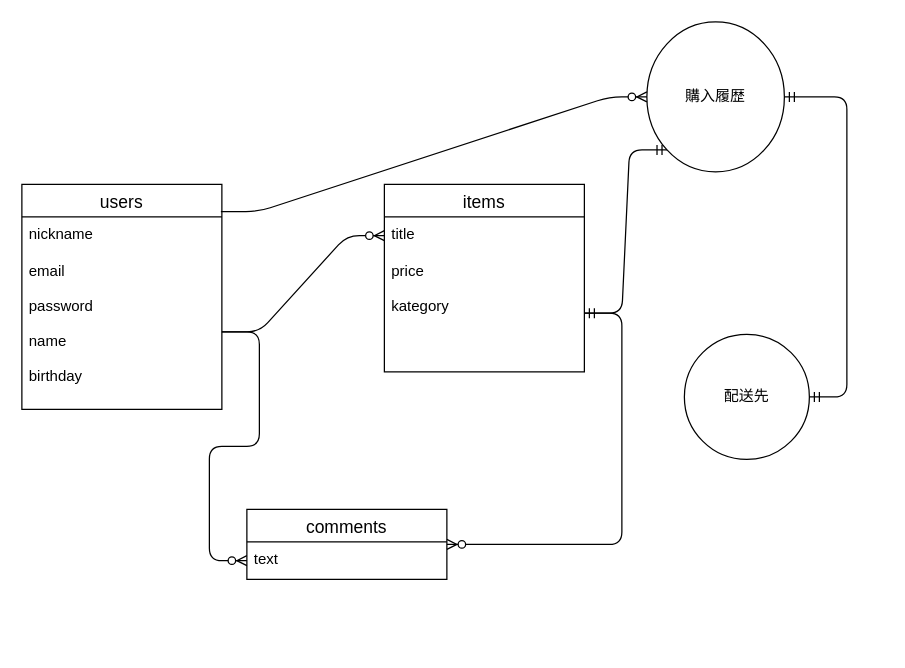
The draw.io diagram furima.dio in YUYA1995/furima-35146, before the edit. Source tidied: cells renumbered, new cells numbered last; positions are measured from the earlier drawing's top-left corner, leaving out a move shared by most shapes. Both pictures are drawn from the tidied source at 125%, with x=0, y=0 at pixel (21, 21).
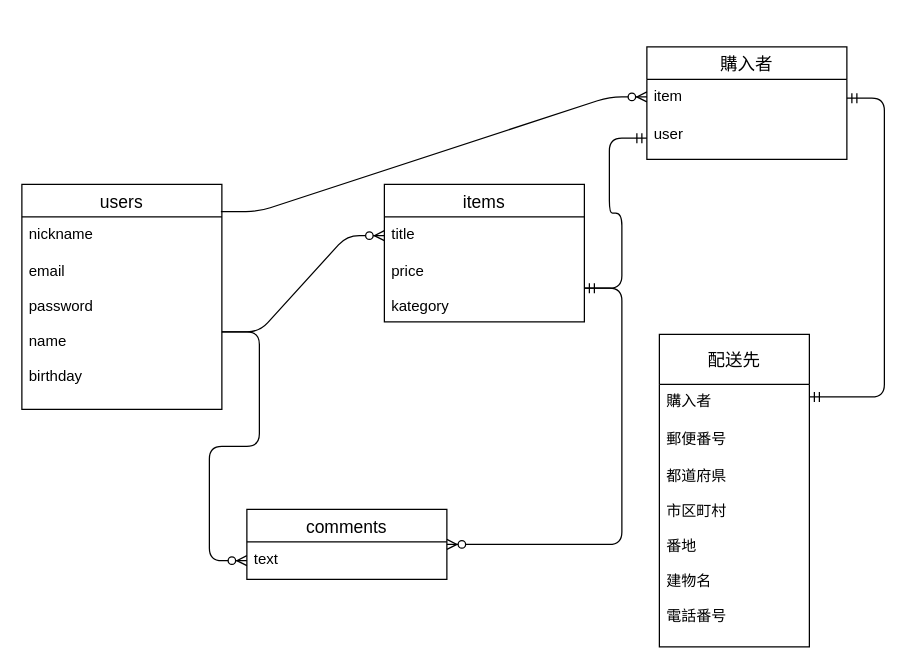
The same page after the edit.

Commit message:
ER図の2回目の修正

The change refers to these unchanged cells:
```xml
<mxCell id="3" value="nickname" style="text;strokeColor=none;fillColor=none;spacingLeft=4;spacingRight=4;overflow=hidden;points=[[0,0.5],[1,0.5]];portConstraint=eastwest;fontSize=12;" parent="2" vertex="1">
  <mxGeometry y="26" width="160" height="30" as="geometry" />
</mxCell>
```

Change to the diagram source:
```diff
@@
     <mxCell id="5" value="items" style="swimlane;fontStyle=0;horizontal=1;startSize=26;align=center;fontSize=14;" parent="1" vertex="1">
-      <mxGeometry x="290" y="130" width="160" height="150" as="geometry" />
+      <mxGeometry x="290" y="130" width="160" height="110" as="geometry" />
     </mxCell>
@@
     <mxCell id="7" value="price&#10;&#10;kategory&#10;&#10;" style="text;strokeColor=none;fillColor=none;spacingLeft=4;spacingRight=4;overflow=hidden;points=[[0,0.5],[1,0.5]];portConstraint=eastwest;fontSize=12;" parent="5" vertex="1">
-      <mxGeometry y="56" width="160" height="94" as="geometry" />
+      <mxGeometry y="56" width="160" height="54" as="geometry" />
     </mxCell>
@@
-    <mxCell id="13" value="購入履歴" style="ellipse;whiteSpace=wrap;html=1;align=center;" parent="1" vertex="1">
-      <mxGeometry x="500" width="110" height="120" as="geometry" />
-    </mxCell>
-    <mxCell id="14" value="配送先" style="ellipse;whiteSpace=wrap;html=1;align=center;" parent="1" vertex="1">
-      <mxGeometry x="530" y="250" width="100" height="100" as="geometry" />
-    </mxCell>
-    <mxCell id="15" style="edgeStyle=entityRelationEdgeStyle;fontSize=12;html=1;endArrow=ERmandOne;startArrow=ERmandOne;entryX=0;entryY=1;entryDx=0;entryDy=0;" parent="1" edge="1" source="7" target="13">
+    <mxCell id="15" style="edgeStyle=entityRelationEdgeStyle;fontSize=12;html=1;endArrow=ERmandOne;startArrow=ERmandOne;" parent="1" edge="1" source="7" target="20">
       <mxGeometry relative="1" as="geometry" />
     </mxCell>
-    <mxCell id="16" style="edgeStyle=entityRelationEdgeStyle;fontSize=12;html=1;endArrow=ERzeroToMany;endFill=1;exitX=0.995;exitY=-0.14;exitDx=0;exitDy=0;exitPerimeter=0;" parent="1" edge="1" source="3" target="13">
-      <mxGeometry relative="1" as="geometry" />
+    <mxCell id="16" style="edgeStyle=entityRelationEdgeStyle;fontSize=12;html=1;endArrow=ERzeroToMany;endFill=1;exitX=0.995;exitY=-0.14;exitDx=0;exitDy=0;exitPerimeter=0;" parent="1" edge="1" source="3">
+      <mxGeometry relative="1" as="geometry">
+        <mxPoint x="500" y="60" as="targetPoint" />
+      </mxGeometry>
     </mxCell>
-    <mxCell id="17" style="edgeStyle=entityRelationEdgeStyle;fontSize=12;html=1;endArrow=ERmandOne;startArrow=ERmandOne;" parent="1" edge="1" source="14" target="13">
-      <mxGeometry relative="1" as="geometry" />
-    </mxCell>
+    <mxCell id="18" value="購入者" style="swimlane;fontStyle=0;horizontal=1;startSize=26;align=center;fontSize=14;" parent="1" vertex="1">
+      <mxGeometry x="500" y="20" width="160" height="90" as="geometry" />
+    </mxCell>
+    <mxCell id="19" value="item&#10;" style="text;strokeColor=none;fillColor=none;spacingLeft=4;spacingRight=4;overflow=hidden;points=[[0,0.5],[1,0.5]];portConstraint=eastwest;fontSize=12;" parent="18" vertex="1">
+      <mxGeometry y="26" width="160" height="30" as="geometry" />
+    </mxCell>
+    <mxCell id="20" value="user&#10;" style="text;strokeColor=none;fillColor=none;spacingLeft=4;spacingRight=4;overflow=hidden;points=[[0,0.5],[1,0.5]];portConstraint=eastwest;fontSize=12;" parent="18" vertex="1">
+      <mxGeometry y="56" width="160" height="34" as="geometry" />
+    </mxCell>
+    <mxCell id="21" style="edgeStyle=entityRelationEdgeStyle;fontSize=12;html=1;endArrow=ERmandOne;startArrow=ERmandOne;" parent="1" edge="1" target="19">
+      <mxGeometry relative="1" as="geometry">
+        <mxPoint x="630" y="300" as="sourcePoint" />
+      </mxGeometry>
+    </mxCell>
+    <mxCell id="14" value="配送先" style="swimlane;fontStyle=0;horizontal=1;startSize=40;align=center;fontSize=14;" parent="1" vertex="1">
+      <mxGeometry x="510" y="250" width="120" height="250" as="geometry" />
+    </mxCell>
+    <mxCell id="22" value="購入者" style="text;strokeColor=none;fillColor=none;spacingLeft=4;spacingRight=4;overflow=hidden;fontSize=12;" parent="14" vertex="1">
+      <mxGeometry y="40" width="120" height="30" as="geometry" />
+    </mxCell>
+    <mxCell id="23" value="郵便番号&#10;" style="text;strokeColor=none;fillColor=none;spacingLeft=4;spacingRight=4;overflow=hidden;fontSize=12;" parent="14" vertex="1">
+      <mxGeometry y="70" width="120" height="30" as="geometry" />
+    </mxCell>
+    <mxCell id="24" value="都道府県&#10;&#10;市区町村&#10;&#10;番地&#10;&#10;建物名&#10;&#10;電話番号&#10;&#10;" style="text;strokeColor=none;fillColor=none;spacingLeft=4;spacingRight=4;overflow=hidden;fontSize=12;" parent="14" vertex="1">
+      <mxGeometry y="100" width="120" height="150" as="geometry" />
+    </mxCell>
```
